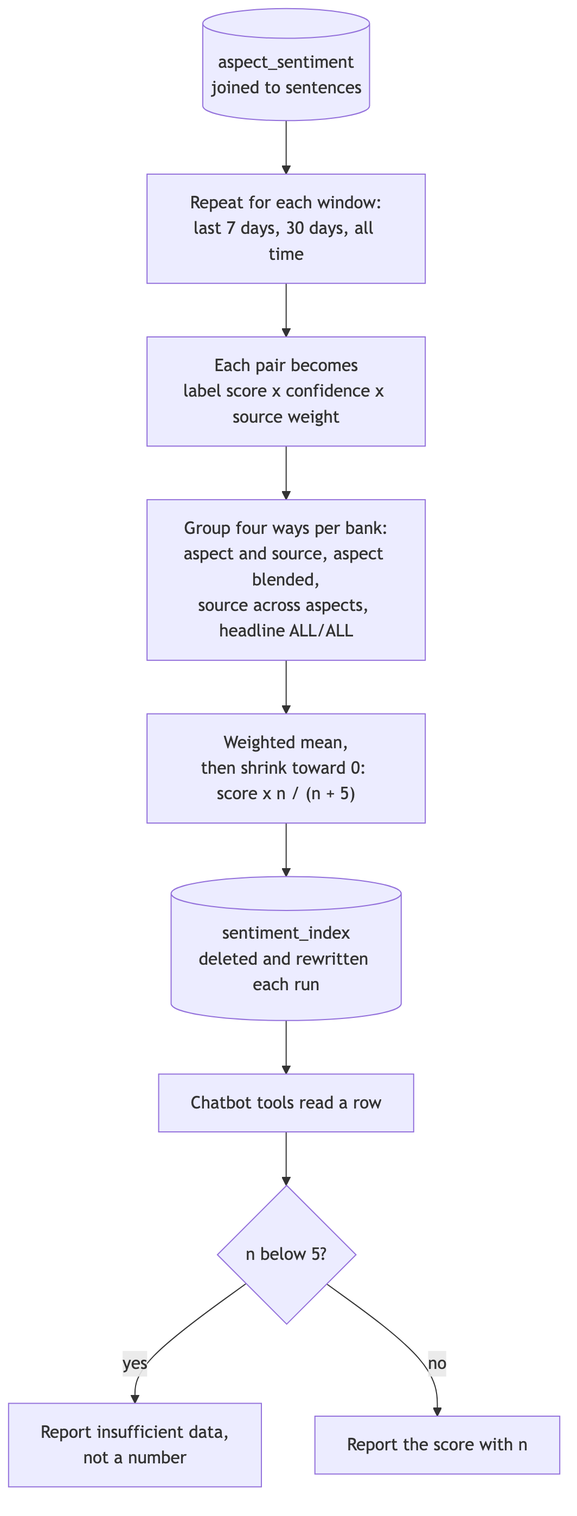
Before: docs/diagrams/img/12-index-computation.png, a diagram exported from Mermaid (Gavingyh/plp-project). Its source is kept beside it as docs/diagrams/src/12-index-computation.mmd. The source it was exported from:
```mermaid
flowchart TB
  accTitle: Sentiment index computation
  accDescr: Every scored pair is read with its bank, source and date, filtered to a window, weighted by source and confidence, grouped four ways, summarised with shrinkage toward neutral, and written. A volume floor applies later, when the chatbot reads a score.

  rows[("aspect_sentiment<br/>joined to sentences")]
  win["Repeat for each window:<br/>last 7 days, 30 days, all time"]
  item["Each pair becomes<br/>label score x confidence x source weight"]
  grp["Group four ways per bank:<br/>aspect and source, aspect blended,<br/>source across aspects, headline ALL/ALL"]
  sum["Weighted mean,<br/>then shrink toward 0: score x n / (n + 5)"]
  out[("sentiment_index<br/>deleted and rewritten each run")]
  read["Chatbot tools read a row"]
  floor{"n below 5?"}
  thin["Report insufficient data,<br/>not a number"]
  show["Report the score with n"]

  rows --> win --> item --> grp --> sum --> out
  out --> read --> floor
  floor -- yes --> thin
  floor -- no --> show
```
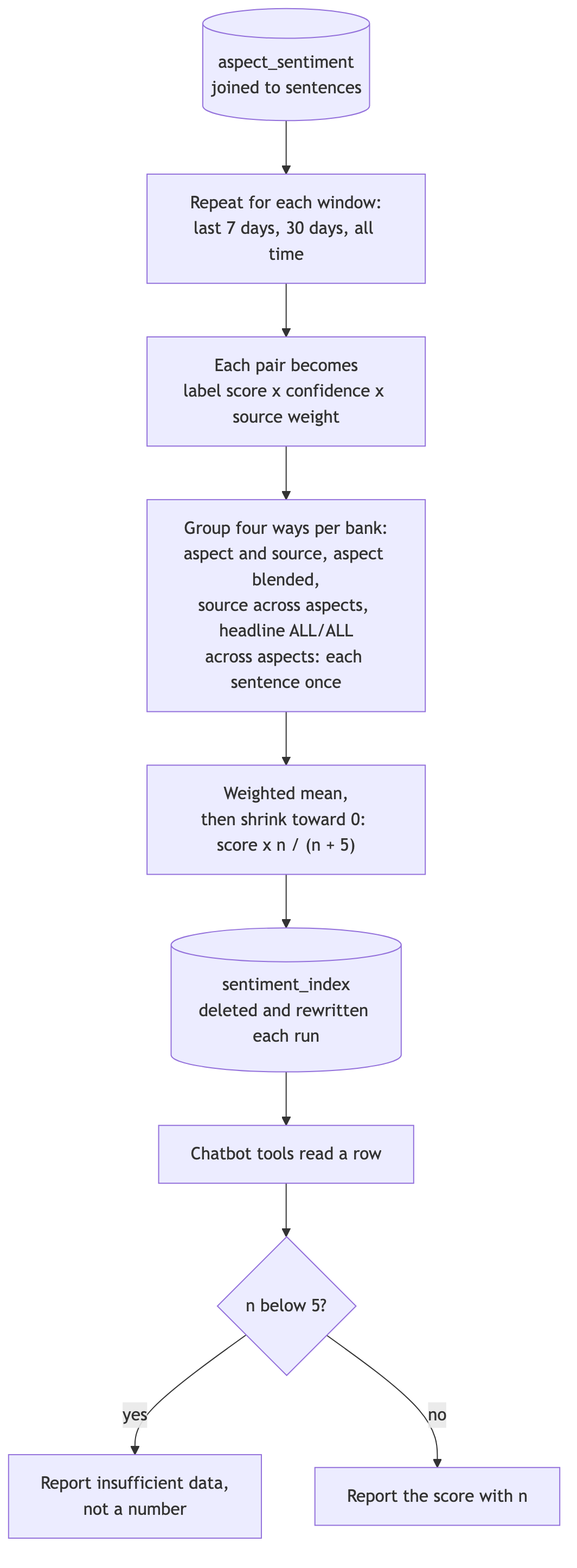
Later version of the same file.

Diff of the diagram source:
```diff
@@ -1,11 +1,11 @@
 flowchart TB
   accTitle: Sentiment index computation
-  accDescr: Every scored pair is read with its bank, source and date, filtered to a window, weighted by source and confidence, grouped four ways, summarised with shrinkage toward neutral, and written. A volume floor applies later, when the chatbot reads a score.
+  accDescr: Every scored pair is read with its bank, source and date, filtered to a window, weighted by source and confidence, grouped four ways (counting each sentence once in the rows that span aspects), summarised with shrinkage toward neutral, and written. A volume floor applies later, when the chatbot reads a score.
 
   rows[("aspect_sentiment<br/>joined to sentences")]
   win["Repeat for each window:<br/>last 7 days, 30 days, all time"]
   item["Each pair becomes<br/>label score x confidence x source weight"]
-  grp["Group four ways per bank:<br/>aspect and source, aspect blended,<br/>source across aspects, headline ALL/ALL"]
+  grp["Group four ways per bank:<br/>aspect and source, aspect blended,<br/>source across aspects, headline ALL/ALL<br/>across aspects: each sentence once"]
   sum["Weighted mean,<br/>then shrink toward 0: score x n / (n + 5)"]
   out[("sentiment_index<br/>deleted and rewritten each run")]
   read["Chatbot tools read a row"]
```
